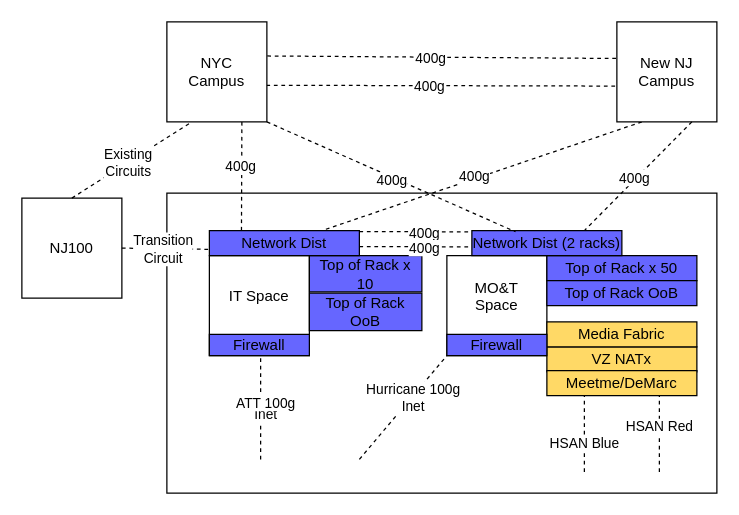
Above: NJ100.drawio in rhoatson/Draw.io (draw.io), before the change. Source tidied: cells renumbered, new cells numbered last; positions are measured from the earlier drawing's top-left corner, leaving out a move shared by most shapes. Both pictures are drawn from the tidied source at 125%, with x=0, y=0 at pixel (21, 21).
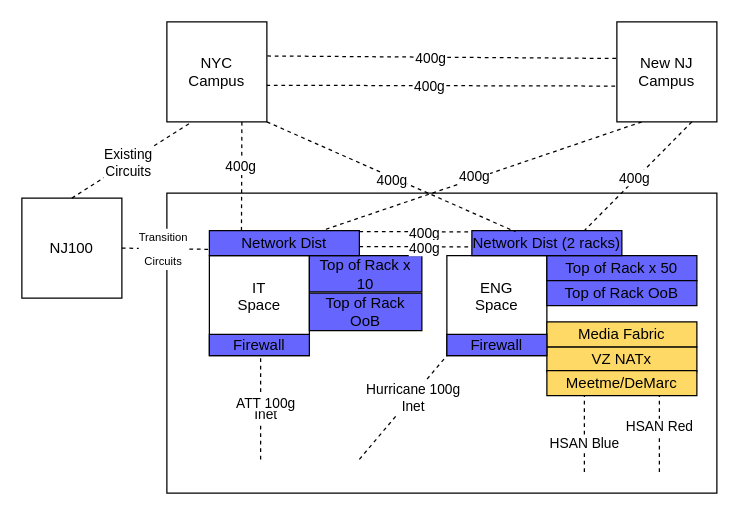
The same page after the edit.

The change refers to these unchanged cells:
```xml
<mxCell id="44" style="endArrow=none;dashed=1;html=1;rounded=0;exitX=1;exitY=0.5;exitDx=0;exitDy=0;entryX=0;entryY=0.75;entryDx=0;entryDy=0;fillColor=#6666FF;" parent="1" edge="1" source="41" target="23">
  <mxGeometry relative="1" as="geometry" />
</mxCell>
```

Diff of the diagram source:
```diff
@@
-    <mxCell id="3" value="&lt;div&gt;IT Space&lt;/div&gt;&lt;div&gt;&lt;br&gt;&lt;/div&gt;" style="whiteSpace=wrap;html=1;" parent="1" vertex="1">
+    <mxCell id="3" value="&lt;div&gt;IT&lt;/div&gt;&lt;div&gt;Space&lt;/div&gt;&lt;div&gt;&lt;br&gt;&lt;/div&gt;" style="whiteSpace=wrap;html=1;" parent="1" vertex="1">
       <mxGeometry x="150" y="187" width="80" height="80" as="geometry" />
     </mxCell>
-    <mxCell id="4" value="&lt;div&gt;MO&amp;amp;T&lt;/div&gt;&lt;div&gt;Space&lt;br&gt;&lt;/div&gt;&lt;div&gt;&lt;br&gt;&lt;/div&gt;" style="whiteSpace=wrap;html=1;" parent="1" vertex="1">
+    <mxCell id="4" value="&lt;div&gt;ENG&lt;br&gt;&lt;/div&gt;&lt;div&gt;Space&lt;br&gt;&lt;/div&gt;&lt;div&gt;&lt;br&gt;&lt;/div&gt;" style="whiteSpace=wrap;html=1;" parent="1" vertex="1">
       <mxGeometry x="340" y="187" width="80" height="80" as="geometry" />
     </mxCell>
@@
-    <mxCell id="45" value="&lt;div&gt;Transition&lt;/div&gt;&lt;div&gt;Circuit&lt;br&gt;&lt;/div&gt;" style="edgeLabel;html=1;align=center;verticalAlign=middle;" parent="44" vertex="1">
+    <mxCell id="45" value="&lt;div&gt;&lt;font style=&quot;font-size: 9px;&quot;&gt;Transition&lt;/font&gt;&lt;/div&gt;&lt;div&gt;&lt;font style=&quot;font-size: 9px;&quot;&gt;Circuits&lt;/font&gt;&lt;font size=&quot;3&quot;&gt;&lt;br&gt;&lt;/font&gt;&lt;/div&gt;&lt;font size=&quot;3&quot;&gt;&lt;/font&gt;" style="edgeLabel;html=1;align=center;verticalAlign=middle;" parent="44" vertex="1">
       <mxGeometry x="-0.07" relative="1" as="geometry" />
     </mxCell>
```
